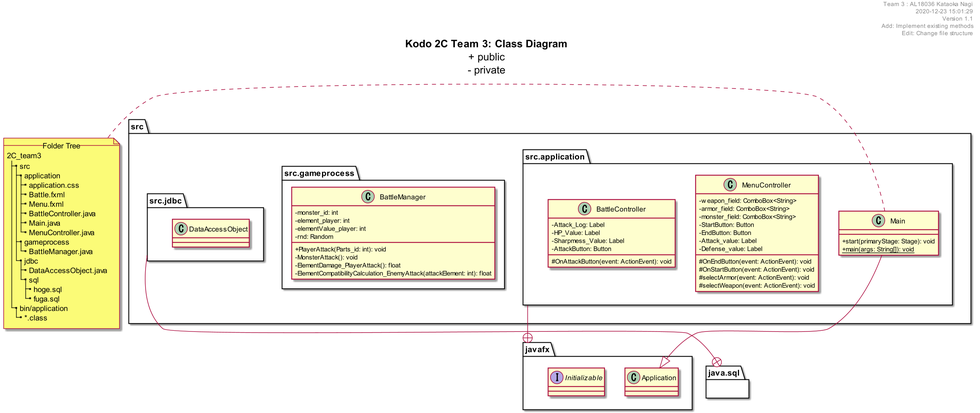
This is uml/class_diagram.png from KataokaNagi/2C_team3, a PlantUML export, as it was before one commit.
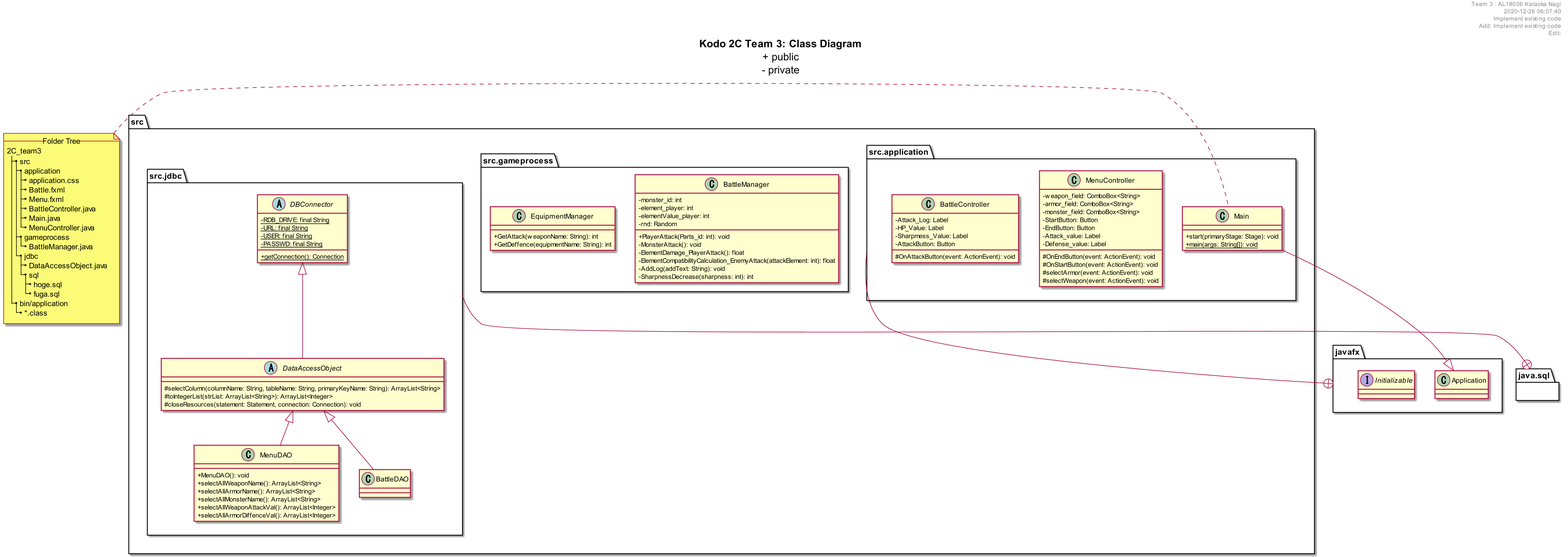
Later version of the same file.

Commit message:
クラス図の出力

Change to the diagram source:
```diff
@@ -6,10 +6,10 @@
 
 header
 Team 3 : AL18036 Kataoka Nagi
-2020-12-23 15:01:29
-Version 1.1
-Add: Implement existing methods
-Edit: Change file structure
+2020-12-26 06:07:40
+Implement existing code
+Add: Implement existing code
+Edit:
 end header
 
 
@@ -113,11 +113,46 @@
     - MonsterAttack(): void
     - ElementDamage_PlayerAttack(): float
     - ElementCompatibilityCalculation_EnemyAttack(attackElement: int): float
+    - AddLog(addText: String): void
+    - SharpnessDecrease(sharpness: int): int
+  }
+
+  class EquipmentManager {
+    + GetAttack(weaponName: String): int
+    + GetDeffence(equipmentName: String): int
+  }
 }
 
 
 package src.jdbc {
-  class DataAccessObject
+
+  abstract class DBConnector {
+    - {static} RDB_DRIVE: final String
+    - {static} URL: final String
+    - {static} USER: final String
+    - {static} PASSWD: final String
+
+    + {static} getConnection(): Connection
+  }
+
+  abstract class DataAccessObject extends DBConnector {
+    # selectColumn(columnName: String, tableName: String, primaryKeyName: String): ArrayList<String>
+    # toIntegerList(strList: ArrayList<String>): ArrayList<Integer>
+    # closeResources(statement: Statement, connection: Connection): void
+  }
+
+  class MenuDAO extends DataAccessObject {
+    + MenuDAO(): void
+    + selectAllWeaponName(): ArrayList<String>
+    + selectAllArmorName(): ArrayList<String>
+    + selectAllMonsterName(): ArrayList<String>
+    + selectAllWeaponAttackVal(): ArrayList<Integer>
+    + selectAllArmorDiffenceVal(): ArrayList<Integer>
+  }
+
+  class BattleDAO extends DataAccessObject {
+
+  }
 }
 
 
```
